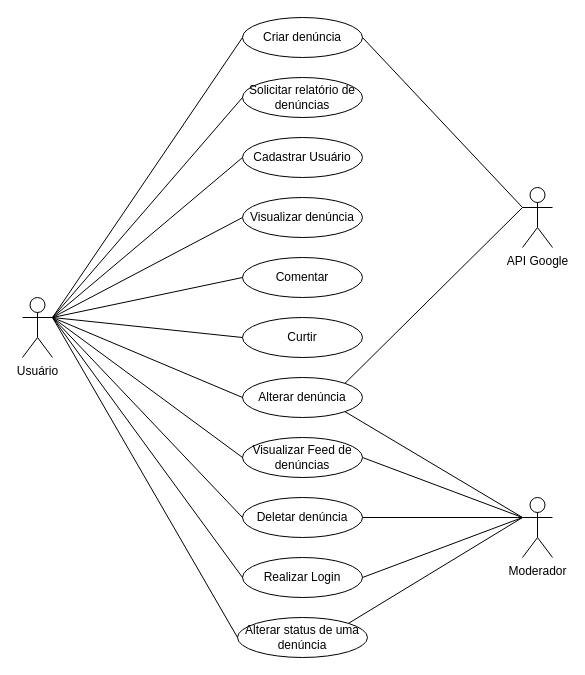
frsouzaa/Documentacao-TCC-NossaVia keeps this draw.io diagram as Documentação/Diagramas/Diagrama de Caso de Uso.drawio. Above is the earlier version. Source tidied: cells renumbered, new cells numbered last; positions are measured from the earlier drawing's top-left corner, leaving out a move shared by most shapes. Both pictures are drawn from the tidied source at 100%, with x=0, y=0 at pixel (22, 17).
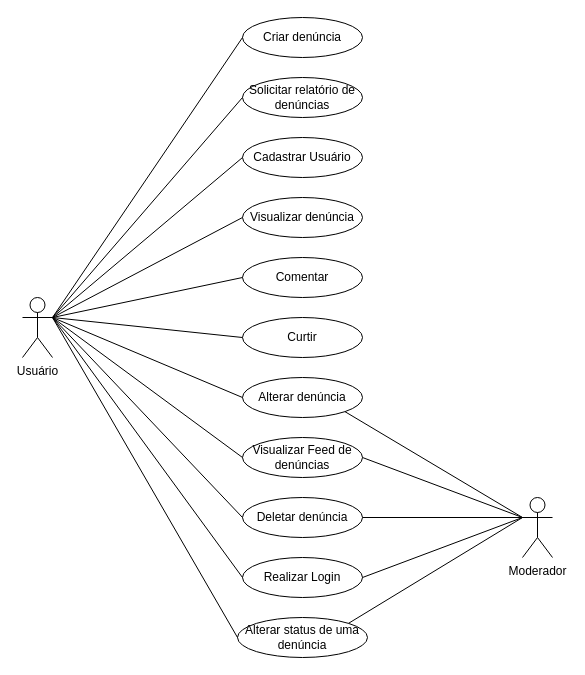
Above is the later version.

Commit message (it also covers changes not shown here):
removendo api do google como ator

The change refers to these unchanged cells:
```xml
<mxCell id="4" value="Criar denúncia" style="ellipse;whiteSpace=wrap;html=1;align=center;" parent="1" vertex="1">
  <mxGeometry x="220" width="120" height="40" as="geometry" />
</mxCell>
<mxCell id="9" value="Alterar denúncia" style="ellipse;whiteSpace=wrap;html=1;align=center;" parent="1" vertex="1">
  <mxGeometry x="220" y="360" width="120" height="40" as="geometry" />
</mxCell>
```

Change to the diagram source:
```diff
@@
-    <mxCell id="26" value="API Google" style="shape=umlActor;verticalLabelPosition=bottom;verticalAlign=top;html=1;outlineConnect=0;" parent="1" vertex="1">
-      <mxGeometry x="500" y="170" width="30" height="60" as="geometry" />
-    </mxCell>
-    <mxCell id="27" style="endArrow=none;html=1;rounded=0;exitX=1;exitY=0.5;exitDx=0;exitDy=0;entryX=0;entryY=0.3333333333333333;entryDx=0;entryDy=0;entryPerimeter=0;" parent="1" edge="1" source="4" target="26">
-      <mxGeometry relative="1" as="geometry" />
-    </mxCell>
@@
-    <mxCell id="34" style="endArrow=none;html=1;rounded=0;exitX=1;exitY=0;exitDx=0;exitDy=0;entryX=0;entryY=0.3333333333333333;entryDx=0;entryDy=0;entryPerimeter=0;" parent="1" edge="1" source="9" target="26">
-      <mxGeometry relative="1" as="geometry" />
-    </mxCell>
```
